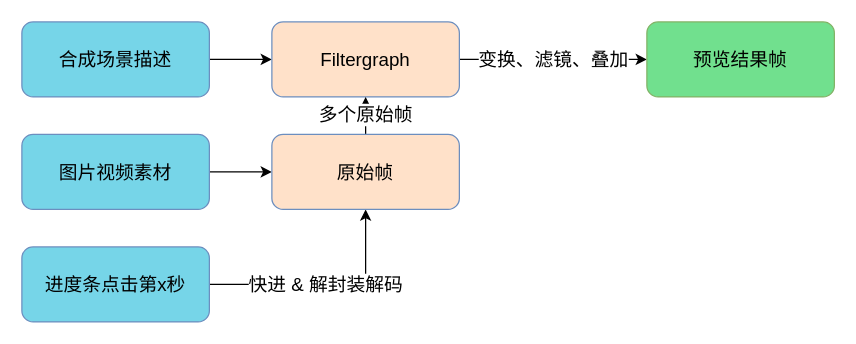
Above: realtime_preview.drawio in lqt0223/diagrams (draw.io), before the change. Source tidied: cells renumbered, new cells numbered last; positions are measured from the earlier drawing's top-left corner, leaving out a move shared by most shapes. Both pictures are drawn from the tidied source at 125%, with x=0, y=0 at pixel (21, 21).
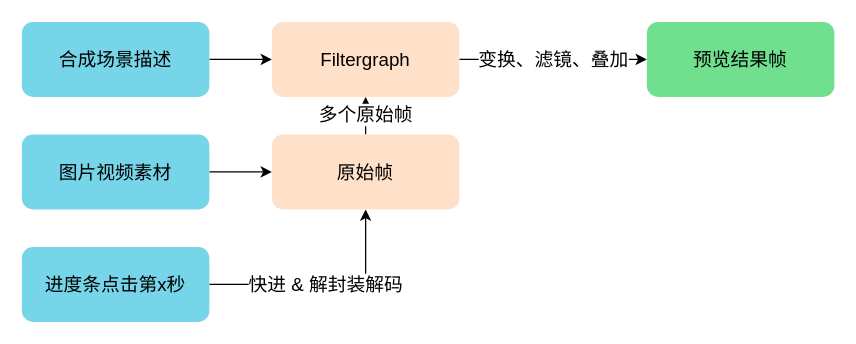
The same page after the edit.

Change to the diagram source:
```diff
@@
 <mxGraphModel>
   <root>
     <mxCell id="0" />
     <mxCell id="1" parent="0" />
     <mxCell id="2" style="edgeStyle=orthogonalEdgeStyle;rounded=0;jettySize=auto;html=1;fontSize=15;" parent="1" edge="1" source="3" target="9">
       <mxGeometry relative="1" as="geometry" />
     </mxCell>
-    <mxCell id="3" value="&lt;font color=&quot;#000000&quot; style=&quot;font-size: 15px;&quot;&gt;合成场景描述&lt;/font&gt;" style="whiteSpace=wrap;html=1;rounded=1;fontSize=15;fillColor=#76D5E8;strokeColor=#6c8ebf;fontColor=#FFFFFF;" parent="1" vertex="1">
+    <mxCell id="3" value="&lt;font color=&quot;#000000&quot; style=&quot;font-size: 15px;&quot;&gt;合成场景描述&lt;/font&gt;" style="whiteSpace=wrap;html=1;rounded=1;fontSize=15;fillColor=#76D5E8;strokeColor=none;fontColor=#FFFFFF;" parent="1" vertex="1">
       <mxGeometry width="150" height="60" as="geometry" />
     </mxCell>
     <mxCell id="4" style="edgeStyle=orthogonalEdgeStyle;rounded=0;jettySize=auto;html=1;exitX=1;exitY=0.5;exitDx=0;exitDy=0;entryX=0;entryY=0.5;entryDx=0;entryDy=0;fontSize=15;" parent="1" edge="1" source="5" target="11">
       <mxGeometry relative="1" as="geometry" />
     </mxCell>
-    <mxCell id="5" value="&lt;font color=&quot;#000000&quot; style=&quot;font-size: 15px;&quot;&gt;图片视频素材&lt;/font&gt;" style="whiteSpace=wrap;html=1;rounded=1;fontSize=15;fillColor=#76D5E8;strokeColor=#6c8ebf;fontColor=#FFFFFF;" parent="1" vertex="1">
+    <mxCell id="5" value="&lt;font color=&quot;#000000&quot; style=&quot;font-size: 15px;&quot;&gt;图片视频素材&lt;/font&gt;" style="whiteSpace=wrap;html=1;rounded=1;fontSize=15;fillColor=#76D5E8;strokeColor=none;fontColor=#FFFFFF;" parent="1" vertex="1">
       <mxGeometry y="90" width="150" height="60" as="geometry" />
     </mxCell>
     <mxCell id="6" value="快进 &amp;amp; 解封装解码" style="edgeStyle=orthogonalEdgeStyle;rounded=0;jettySize=auto;html=1;exitX=1;exitY=0.5;exitDx=0;exitDy=0;entryX=0.5;entryY=1;entryDx=0;entryDy=0;fontSize=15;" parent="1" edge="1" source="7" target="11">
       <mxGeometry relative="1" as="geometry" />
     </mxCell>
-    <mxCell id="7" value="&lt;font color=&quot;#000000&quot; style=&quot;font-size: 15px;&quot;&gt;进度条点击第x秒&lt;/font&gt;" style="whiteSpace=wrap;html=1;rounded=1;fontSize=15;fillColor=#76D5E8;strokeColor=#6c8ebf;fontColor=#FFFFFF;" parent="1" vertex="1">
+    <mxCell id="7" value="&lt;font color=&quot;#000000&quot; style=&quot;font-size: 15px;&quot;&gt;进度条点击第x秒&lt;/font&gt;" style="whiteSpace=wrap;html=1;rounded=1;fontSize=15;fillColor=#76D5E8;strokeColor=none;fontColor=#FFFFFF;" parent="1" vertex="1">
       <mxGeometry y="180" width="150" height="60" as="geometry" />
     </mxCell>
     <mxCell id="8" value="变换、滤镜、叠加" style="edgeStyle=orthogonalEdgeStyle;rounded=0;jettySize=auto;html=1;exitX=1;exitY=0.5;exitDx=0;exitDy=0;entryX=0;entryY=0.5;entryDx=0;entryDy=0;fontSize=15;" parent="1" edge="1" source="9" target="12">
       <mxGeometry relative="1" as="geometry" />
     </mxCell>
-    <mxCell id="9" value="Filtergraph" style="whiteSpace=wrap;html=1;rounded=1;fontSize=15;fillColor=#FFE1C9;strokeColor=#6c8ebf;" parent="1" vertex="1">
+    <mxCell id="9" value="Filtergraph" style="whiteSpace=wrap;html=1;rounded=1;fontSize=15;fillColor=#FFE1C9;strokeColor=none;" parent="1" vertex="1">
       <mxGeometry x="200" width="150" height="60" as="geometry" />
     </mxCell>
     <mxCell id="10" value="多个原始帧" style="edgeStyle=orthogonalEdgeStyle;rounded=0;jettySize=auto;html=1;exitX=0.5;exitY=0;exitDx=0;exitDy=0;entryX=0.5;entryY=1;entryDx=0;entryDy=0;fontSize=15;" parent="1" edge="1" source="11" target="9">
       <mxGeometry x="0.04" relative="1" as="geometry" />
     </mxCell>
-    <mxCell id="11" value="原始帧" style="whiteSpace=wrap;html=1;rounded=1;fontSize=15;fillColor=#FFE1C9;strokeColor=#6c8ebf;" parent="1" vertex="1">
+    <mxCell id="11" value="原始帧" style="whiteSpace=wrap;html=1;rounded=1;fontSize=15;fillColor=#FFE1C9;strokeColor=none;" parent="1" vertex="1">
       <mxGeometry x="200" y="90" width="150" height="60" as="geometry" />
     </mxCell>
-    <mxCell id="12" value="预览结果帧" style="whiteSpace=wrap;html=1;rounded=1;fontSize=15;fillColor=#71E08E;strokeColor=#82b366;fontColor=#000000;gradientColor=none;" parent="1" vertex="1">
+    <mxCell id="12" value="预览结果帧" style="whiteSpace=wrap;html=1;rounded=1;fontSize=15;fillColor=#71E08E;strokeColor=none;fontColor=#000000;gradientColor=none;" parent="1" vertex="1">
       <mxGeometry x="500" width="150" height="60" as="geometry" />
     </mxCell>
   </root>
 </mxGraphModel>
```
